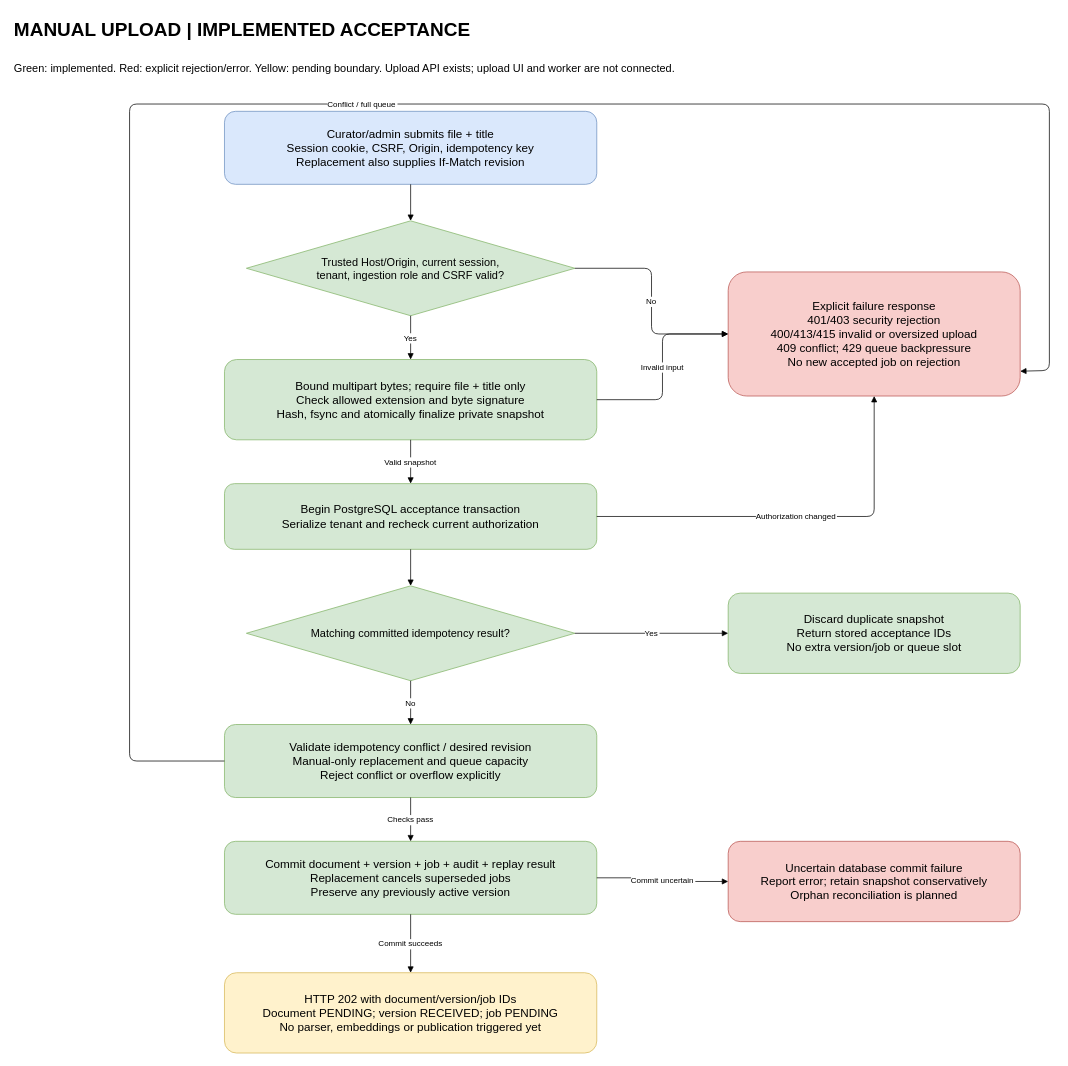
This is page "1 - Manual Upload (Implemented)" (1 of 3) of Flows.drawio from mhasan2050/archers, a draw.io file, before an edit. Source tidied: cells renumbered, new cells numbered last; positions are measured from the earlier drawing's top-left corner, leaving out a move shared by most shapes. Both pictures are drawn from the tidied source at 73%, with x=0, y=0 at pixel (12, 12).
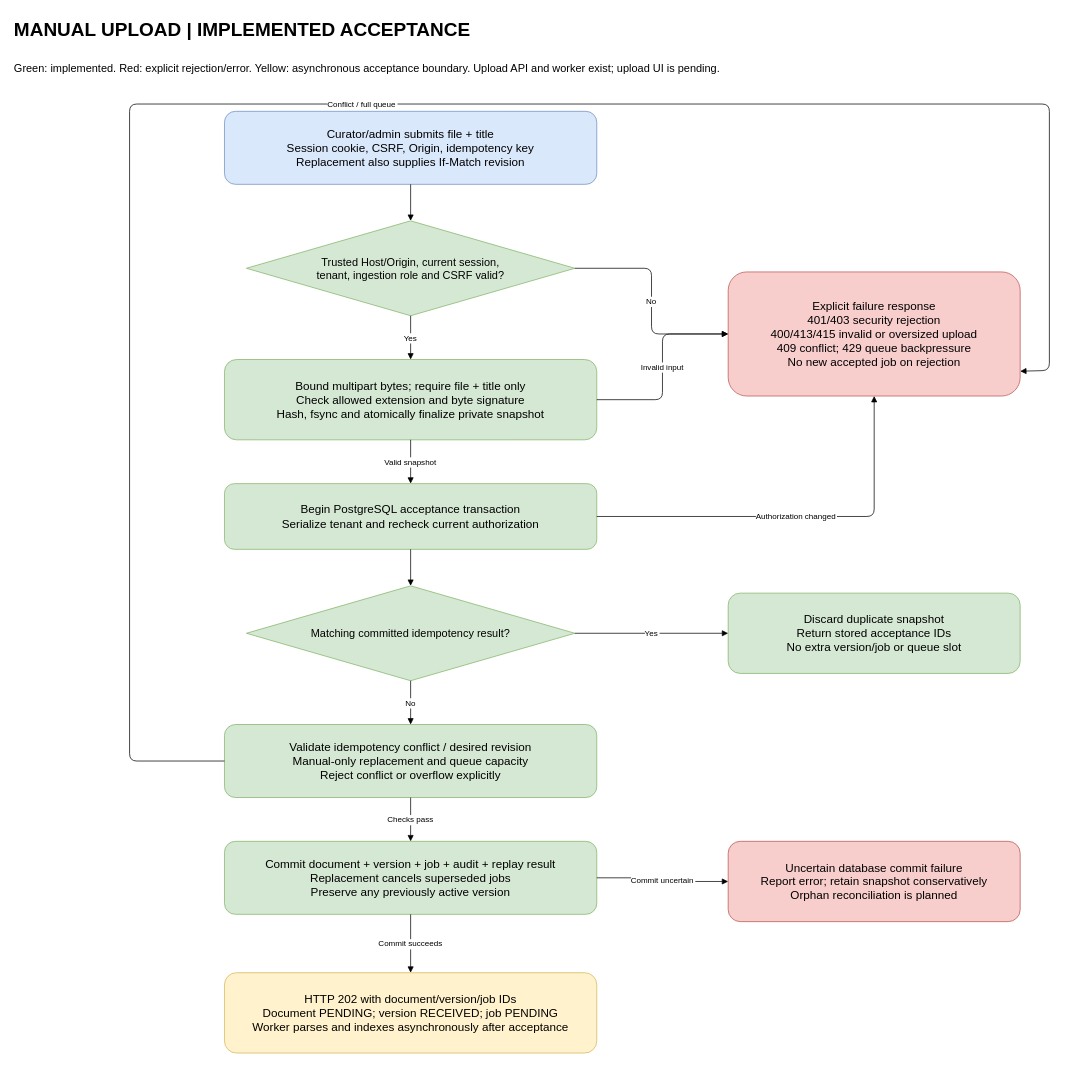
Above is the later version.

Diff of the diagram source:
```diff
@@
-    <mxCell id="3" value="Green: implemented. Red: explicit rejection/error. Yellow: pending boundary. Upload API exists; upload UI and worker are not connected." style="text;html=0;fontSize=15;align=left;" parent="1" vertex="1">
+    <mxCell id="3" value="Green: implemented. Red: explicit rejection/error. Yellow: asynchronous acceptance boundary. Upload API and worker exist; upload UI is pending." style="text;html=0;fontSize=15;align=left;" parent="1" vertex="1">
       <mxGeometry y="60" width="1400" height="50" as="geometry" />
     </mxCell>
@@
-    <mxCell id="11" value="HTTP 202 with document/version/job IDs&#10;Document PENDING; version RECEIVED; job PENDING&#10;No parser, embeddings or publication triggered yet" style="rounded=1;whiteSpace=wrap;html=0;fillColor=#fff2cc;strokeColor=#d6b656;fontSize=16;" parent="1" vertex="1">
+    <mxCell id="11" value="HTTP 202 with document/version/job IDs&#10;Document PENDING; version RECEIVED; job PENDING&#10;Worker parses and indexes asynchronously after acceptance" style="rounded=1;whiteSpace=wrap;html=0;fillColor=#fff2cc;strokeColor=#d6b656;fontSize=16;" parent="1" vertex="1">
       <mxGeometry x="290" y="1315" width="510" height="110" as="geometry" />
     </mxCell>
```
